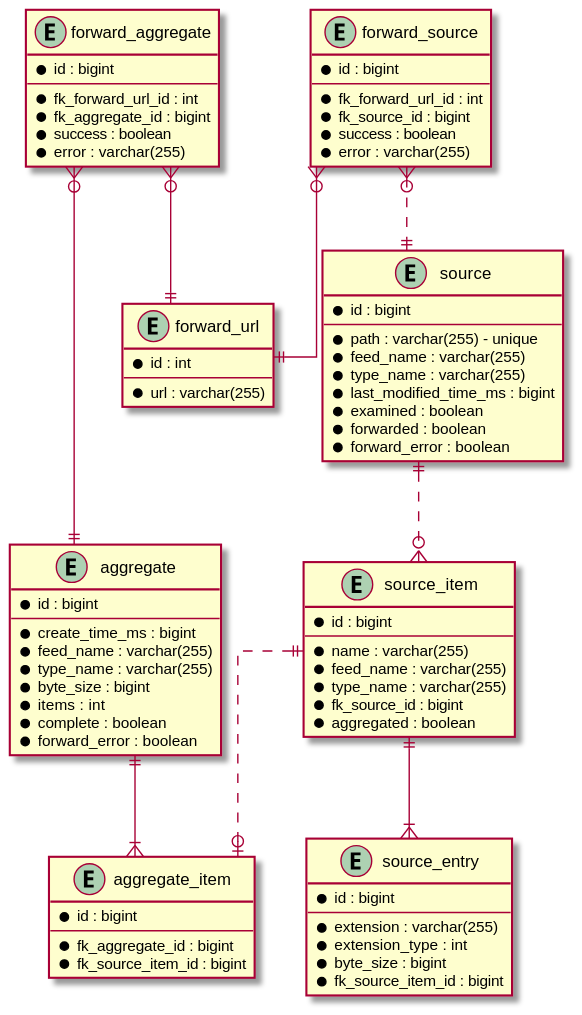
Above: stroom-proxy/stroom-proxy-app/doc/all-entity.svg in gchq/stroom (PlantUML), before the change. The source it was exported from:
```plantuml
@startuml

skinparam linetype ortho

entity source {
  *id : bigint
  --
  *path : varchar(255) - unique
  *feed_name : varchar(255)
  *type_name : varchar(255)
  *last_modified_time_ms : bigint
  *examined : boolean
  *forwarded : boolean
  *forward_error : boolean
}

entity source_item {
  *id : bigint
  --
  *name : varchar(255)
  *feed_name : varchar(255)
  *type_name : varchar(255)
  *fk_source_id : bigint
  *aggregated : boolean
}

entity source_entry {
  *id : bigint
  --
  *extension : varchar(255)
  *extension_type : int
  *byte_size : bigint
  *fk_source_item_id : bigint
}

entity aggregate {
  *id : bigint
  --
  *create_time_ms : bigint
  *feed_name : varchar(255)
  *type_name : varchar(255)
  *byte_size : bigint
  *items : int
  *complete : boolean
  *forward_error : boolean
}

entity aggregate_item {
  *id : bigint
  --
  *fk_aggregate_id : bigint
  *fk_source_item_id : bigint
}

entity forward_url {
  *id : int
  --
  *url : varchar(255)
}

entity forward_source {
  *id : bigint
  --
  *fk_forward_url_id : int
  *fk_source_id : bigint
  *success : boolean
  *error : varchar(255)
}

entity forward_aggregate {
  *id : bigint
  --
  *fk_forward_url_id : int
  *fk_aggregate_id : bigint
  *success : boolean
  *error : varchar(255)
}

source ||..o{ source_item
source_item ||--|{ source_entry
aggregate ||--|{ aggregate_item
source_item ||..o| aggregate_item
forward_source }o--|| forward_url
forward_source }o..|| source
forward_aggregate }o--|| forward_url
forward_aggregate }o--|| aggregate

@enduml
```
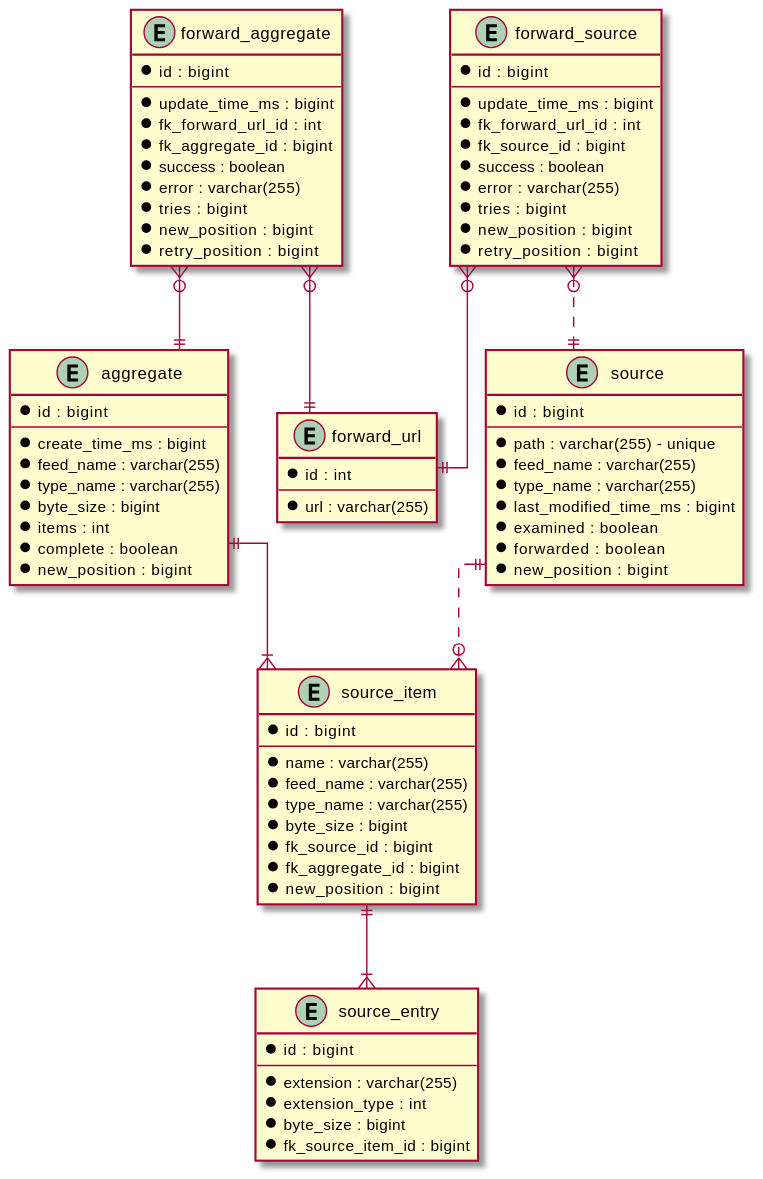
The same diagram one commit later.

The edit, as a diff of the source:
```diff
@@ -11,7 +11,7 @@
   *last_modified_time_ms : bigint
   *examined : boolean
   *forwarded : boolean
-  *forward_error : boolean
+  *new_position : bigint
 }
 
 entity source_item {
@@ -20,8 +20,10 @@
   *name : varchar(255)
   *feed_name : varchar(255)
   *type_name : varchar(255)
+  *byte_size : bigint
   *fk_source_id : bigint
-  *aggregated : boolean
+  *fk_aggregate_id : bigint
+  *new_position : bigint
 }
 
 entity source_entry {
@@ -42,14 +44,7 @@
   *byte_size : bigint
   *items : int
   *complete : boolean
-  *forward_error : boolean
-}
-
-entity aggregate_item {
-  *id : bigint
-  --
-  *fk_aggregate_id : bigint
-  *fk_source_item_id : bigint
+  *new_position : bigint
 }
 
 entity forward_url {
@@ -61,25 +56,32 @@
 entity forward_source {
   *id : bigint
   --
+  *update_time_ms : bigint
   *fk_forward_url_id : int
   *fk_source_id : bigint
   *success : boolean
   *error : varchar(255)
+  *tries : bigint
+  *new_position : bigint
+  *retry_position : bigint
 }
 
 entity forward_aggregate {
   *id : bigint
   --
+  *update_time_ms : bigint
   *fk_forward_url_id : int
   *fk_aggregate_id : bigint
   *success : boolean
   *error : varchar(255)
+  *tries : bigint
+  *new_position : bigint
+  *retry_position : bigint
 }
 
 source ||..o{ source_item
 source_item ||--|{ source_entry
-aggregate ||--|{ aggregate_item
-source_item ||..o| aggregate_item
+aggregate ||--|{ source_item
 forward_source }o--|| forward_url
 forward_source }o..|| source
 forward_aggregate }o--|| forward_url
```
